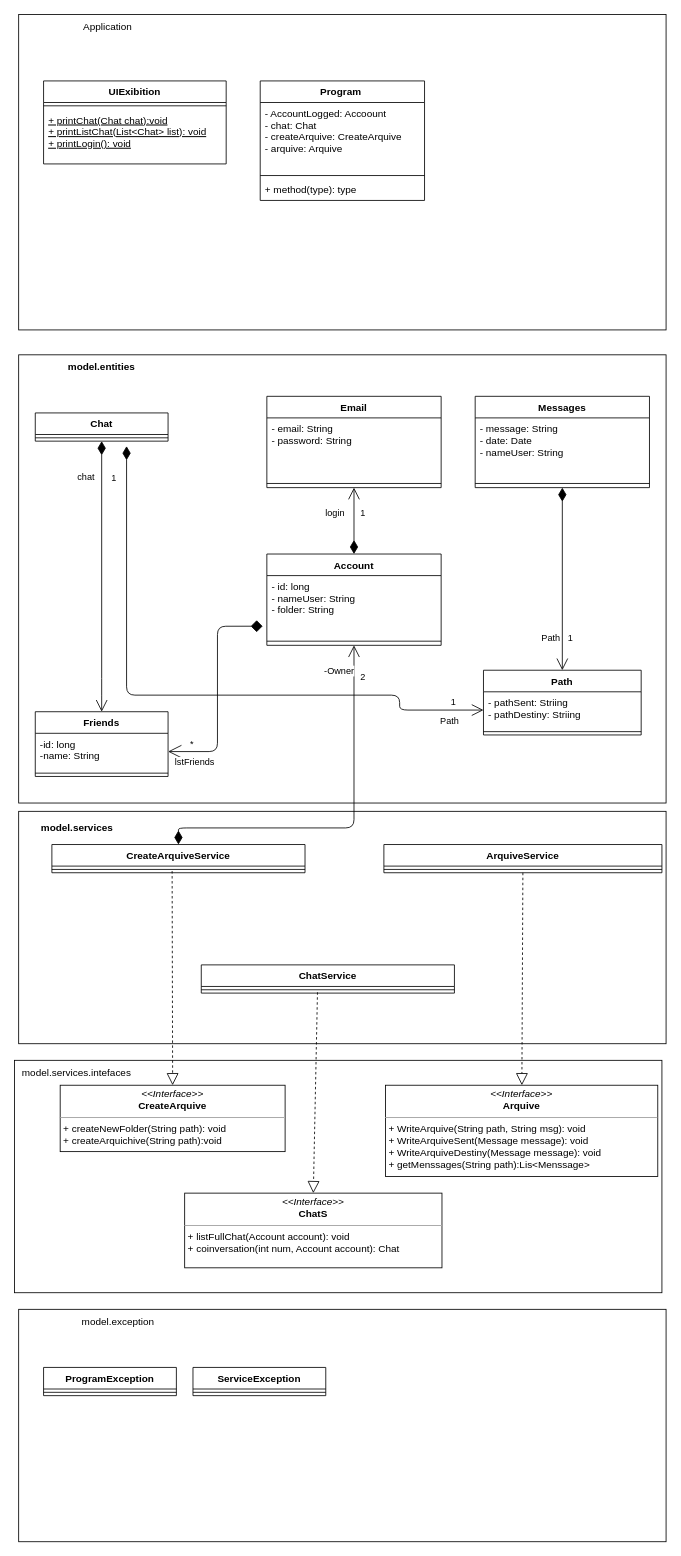
Earlier version of the draw.io diagram documentation/ProjectUML.drawio (CarlosEduardoFS/ChatArquive). Source tidied: cells renumbered, new cells numbered last; positions are measured from the earlier drawing's top-left corner, leaving out a move shared by most shapes. Both pictures are drawn from the tidied source at 83%, with x=0, y=0 at pixel (14, 14).
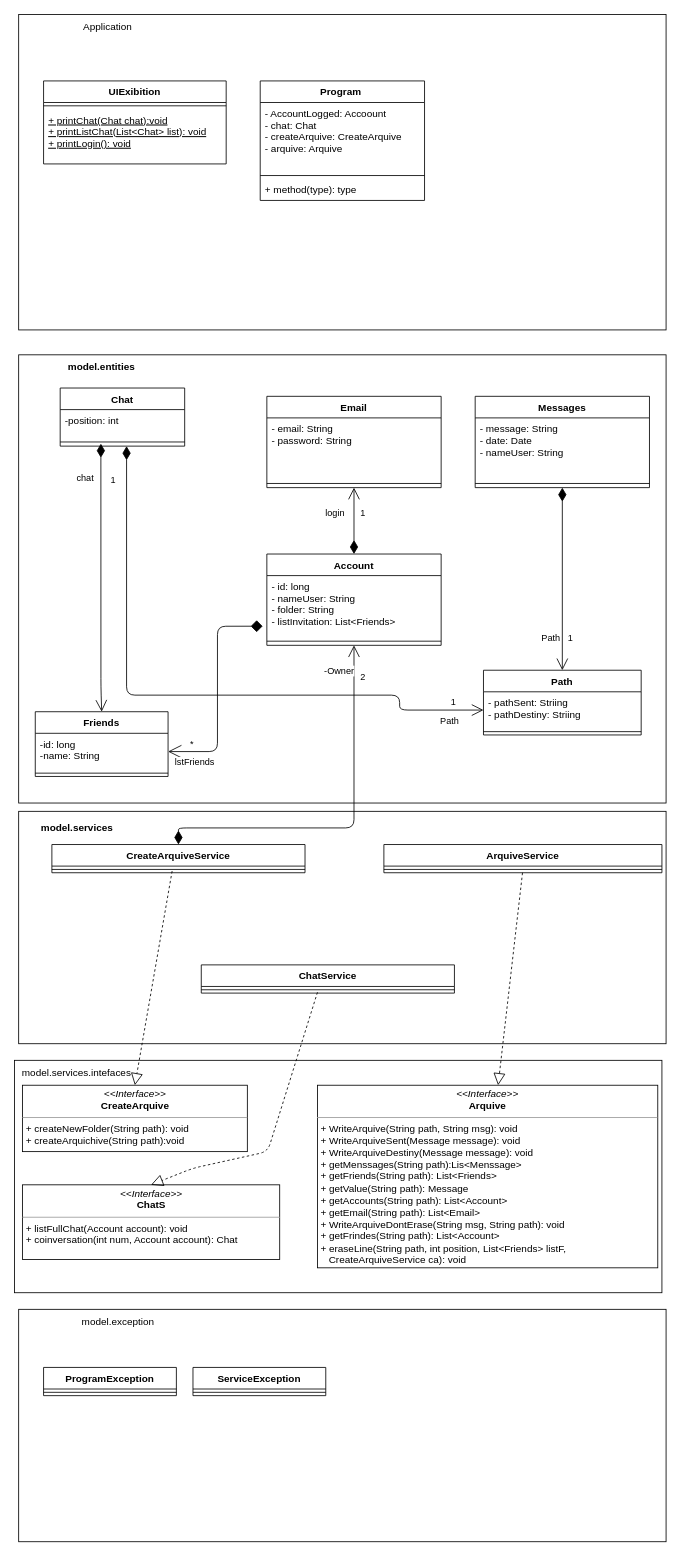
After the change.

The change refers to these unchanged cells:
```xml
<mxCell id="4" value="Account" style="swimlane;fontStyle=1;align=center;verticalAlign=top;horizontal=1;startSize=26;" parent="1" vertex="1">
  <mxGeometry x="304" y="650" width="210" height="110" as="geometry" />
</mxCell>
<mxCell id="25" style="line;strokeWidth=1;fillColor=none;align=left;verticalAlign=middle;spacingTop=-1;spacingLeft=3;spacingRight=3;labelPosition=right;points=[];portConstraint=eastwest;" parent="24" vertex="1">
  <mxGeometry y="26" width="305" height="8" as="geometry" />
</mxCell>
<mxCell id="53" value="Friends" style="swimlane;fontStyle=1;align=center;verticalAlign=top;horizontal=1;startSize=26;" parent="1" vertex="1">
  <mxGeometry x="25" y="840" width="160" height="78" as="geometry" />
</mxCell>
```

Diff of the diagram source:
```diff
@@
-    <mxCell id="5" value="- id: long&#10;- nameUser: String&#10;- folder: String" style="text;strokeColor=none;fillColor=none;align=left;verticalAlign=top;spacingLeft=4;spacingRight=4;overflow=hidden;points=[[0,0.5],[1,0.5]];portConstraint=eastwest;" parent="4" vertex="1">
+    <mxCell id="5" value="- id: long&#10;- nameUser: String&#10;- folder: String&#10;- listInvitation: List&lt;Friends&gt;" style="text;strokeColor=none;fillColor=none;align=left;verticalAlign=top;spacingLeft=4;spacingRight=4;overflow=hidden;points=[[0,0.5],[1,0.5]];portConstraint=eastwest;" parent="4" vertex="1">
       <mxGeometry y="26" width="210" height="74" as="geometry" />
     </mxCell>
@@
     <mxCell id="28" value="&lt;p style=&quot;margin: 0px ; margin-top: 4px ; text-align: center&quot;&gt;&lt;i&gt;&amp;lt;&amp;lt;Interface&amp;gt;&amp;gt;&lt;/i&gt;&lt;br&gt;&lt;b&gt;CreateArquive&lt;/b&gt;&lt;/p&gt;&lt;hr size=&quot;1&quot;&gt;&lt;p style=&quot;margin: 0px ; margin-left: 4px&quot;&gt;&lt;/p&gt;&lt;p style=&quot;margin: 0px ; margin-left: 4px&quot;&gt;+ createNewFolder(String path): void&lt;br style=&quot;padding: 0px ; margin: 0px&quot;&gt;+ createArquichive(String path):void&lt;br&gt;&lt;/p&gt;" style="verticalAlign=top;align=left;overflow=fill;fontSize=12;fontFamily=Helvetica;html=1;" parent="1" vertex="1">
-      <mxGeometry x="55" y="1290" width="271" height="80" as="geometry" />
+      <mxGeometry x="9.5" y="1290" width="271" height="80" as="geometry" />
     </mxCell>
@@
-    <mxCell id="30" value="&lt;p style=&quot;margin: 0px ; margin-top: 4px ; text-align: center&quot;&gt;&lt;i&gt;&amp;lt;&amp;lt;Interface&amp;gt;&amp;gt;&lt;/i&gt;&lt;br&gt;&lt;b&gt;Arquive&lt;/b&gt;&lt;/p&gt;&lt;hr size=&quot;1&quot;&gt;&lt;p style=&quot;margin: 0px ; margin-left: 4px&quot;&gt;&lt;/p&gt;&lt;p style=&quot;margin: 0px ; margin-left: 4px&quot;&gt;&lt;span&gt;+ WriteArquive(String path, String msg): void&lt;/span&gt;&lt;br&gt;&lt;/p&gt;&lt;p style=&quot;margin: 0px ; margin-left: 4px&quot;&gt;+ WriteArquiveSent(Message message): void&lt;/p&gt;&lt;p style=&quot;margin: 0px ; margin-left: 4px&quot;&gt;+ WriteArquiveDestiny(Message message): void&lt;br style=&quot;padding: 0px ; margin: 0px&quot;&gt;+ getMenssages(String path):Lis&amp;lt;Menssage&amp;gt;&lt;/p&gt;&lt;div style=&quot;padding: 0px ; margin: 0px&quot;&gt;&lt;br style=&quot;padding: 0px ; margin: 0px&quot;&gt;&lt;/div&gt;" style="verticalAlign=top;align=left;overflow=fill;fontSize=12;fontFamily=Helvetica;html=1;" parent="1" vertex="1">
-      <mxGeometry x="447" y="1290" width="328" height="110" as="geometry" />
+    <mxCell id="30" value="&lt;p style=&quot;margin: 0px ; margin-top: 4px ; text-align: center&quot;&gt;&lt;i&gt;&amp;lt;&amp;lt;Interface&amp;gt;&amp;gt;&lt;/i&gt;&lt;br&gt;&lt;b&gt;Arquive&lt;/b&gt;&lt;/p&gt;&lt;hr size=&quot;1&quot;&gt;&lt;p style=&quot;margin: 0px ; margin-left: 4px&quot;&gt;&lt;/p&gt;&lt;p style=&quot;margin: 0px ; margin-left: 4px&quot;&gt;&lt;span&gt;+ WriteArquive(String path, String msg): void&lt;/span&gt;&lt;br&gt;&lt;/p&gt;&lt;p style=&quot;margin: 0px ; margin-left: 4px&quot;&gt;+ WriteArquiveSent(Message message): void&lt;/p&gt;&lt;p style=&quot;margin: 0px ; margin-left: 4px&quot;&gt;+ WriteArquiveDestiny(Message message): void&lt;br style=&quot;padding: 0px ; margin: 0px&quot;&gt;+ getMenssages(String path):Lis&amp;lt;Menssage&amp;gt;&lt;/p&gt;&lt;p style=&quot;margin: 0px ; margin-left: 4px&quot;&gt;+ getFriends(String path): List&amp;lt;Friends&amp;gt;&lt;/p&gt;&lt;p style=&quot;margin: 0px ; margin-left: 4px&quot;&gt;+ getValue(String path): Message&lt;/p&gt;&lt;p style=&quot;margin: 0px ; margin-left: 4px&quot;&gt;+ getAccounts(String path): List&amp;lt;Account&amp;gt;&lt;/p&gt;&lt;p style=&quot;margin: 0px ; margin-left: 4px&quot;&gt;+ getEmail(String path): List&amp;lt;Email&amp;gt;&lt;/p&gt;&lt;p style=&quot;margin: 0px ; margin-left: 4px&quot;&gt;+ WriteArquiveDontErase(String msg, String path): void&amp;nbsp;&lt;/p&gt;&lt;p style=&quot;margin: 0px ; margin-left: 4px&quot;&gt;+ getFrindes(String path): List&amp;lt;Account&amp;gt;&lt;/p&gt;&lt;p style=&quot;margin: 0px ; margin-left: 4px&quot;&gt;+ eraseLine(String path, int position, List&amp;lt;Friends&amp;gt; listF,&amp;nbsp;&lt;/p&gt;&lt;p style=&quot;margin: 0px ; margin-left: 4px&quot;&gt;&amp;nbsp; &amp;nbsp;CreateArquiveService ca): void&amp;nbsp;&lt;/p&gt;&lt;div style=&quot;padding: 0px ; margin: 0px&quot;&gt;&lt;br style=&quot;padding: 0px ; margin: 0px&quot;&gt;&lt;/div&gt;" style="verticalAlign=top;align=left;overflow=fill;fontSize=12;fontFamily=Helvetica;html=1;" parent="1" vertex="1">
+      <mxGeometry x="365" y="1290" width="410" height="220" as="geometry" />
     </mxCell>
@@
     <mxCell id="32" value="&lt;p style=&quot;margin: 0px ; margin-top: 4px ; text-align: center&quot;&gt;&lt;i&gt;&amp;lt;&amp;lt;Interface&amp;gt;&amp;gt;&lt;/i&gt;&lt;br&gt;&lt;b&gt;ChatS&lt;/b&gt;&lt;/p&gt;&lt;hr size=&quot;1&quot;&gt;&lt;p style=&quot;margin: 0px ; margin-left: 4px&quot;&gt;&lt;/p&gt;&lt;p style=&quot;margin: 0px ; margin-left: 4px&quot;&gt;+ listFullChat(Account account): void&lt;br style=&quot;padding: 0px ; margin: 0px&quot;&gt;+ coinversation(int num, Account account): Chat&lt;br&gt;&lt;/p&gt;" style="verticalAlign=top;align=left;overflow=fill;fontSize=12;fontFamily=Helvetica;html=1;" parent="1" vertex="1">
-      <mxGeometry x="205" y="1420" width="310" height="90" as="geometry" />
+      <mxGeometry x="9.5" y="1410" width="310" height="90" as="geometry" />
     </mxCell>
     <mxCell id="33" style="endArrow=block;dashed=1;endFill=0;endSize=12;html=1;entryX=0.5;entryY=0;entryDx=0;entryDy=0;exitX=0.459;exitY=0.875;exitDx=0;exitDy=0;exitPerimeter=0;" parent="1" edge="1" source="25" target="32">
-      <mxGeometry relative="1" as="geometry" />
+      <mxGeometry relative="1" as="geometry">
+        <Array as="points">
+          <mxPoint x="305" y="1370" />
+          <mxPoint x="215" y="1390" />
+        </Array>
+      </mxGeometry>
     </mxCell>
-    <mxCell id="34" value="Chat" style="swimlane;fontStyle=1;align=center;verticalAlign=top;horizontal=1;startSize=26;" parent="1" vertex="1">
-      <mxGeometry x="25" y="480" width="160" height="34" as="geometry" />
-    </mxCell>
-    <mxCell id="35" style="line;strokeWidth=1;fillColor=none;align=left;verticalAlign=middle;spacingTop=-1;spacingLeft=3;spacingRight=3;labelPosition=right;" parent="34" vertex="1">
-      <mxGeometry y="26" width="160" height="8" as="geometry" />
-    </mxCell>
-    <mxCell id="36" value="1" style="endArrow=open;html=1;endSize=12;startArrow=diamondThin;startSize=14;startFill=1;edgeStyle=orthogonalEdgeStyle;align=left;verticalAlign=bottom;exitX=0.5;exitY=1;exitDx=0;exitDy=0;entryX=0.5;entryY=0;entryDx=0;entryDy=0;" parent="1" edge="1" source="34" target="53">
+    <mxCell id="36" value="1" style="endArrow=open;html=1;endSize=12;startArrow=diamondThin;startSize=14;startFill=1;edgeStyle=orthogonalEdgeStyle;align=left;verticalAlign=bottom;exitX=0.327;exitY=0.7;exitDx=0;exitDy=0;entryX=0.5;entryY=0;entryDx=0;entryDy=0;exitPerimeter=0;" parent="1" edge="1" source="66" target="53">
       <mxGeometry x="-0.67" y="10" relative="1" as="geometry">
         <Array as="points">
-          <mxPoint x="105" y="810" />
-          <mxPoint x="105" y="810" />
+          <mxPoint x="104" y="810" />
         </Array>
       </mxGeometry>
     </mxCell>
@@
+    <mxCell id="34" value="Chat" style="swimlane;fontStyle=1;align=center;verticalAlign=top;horizontal=1;startSize=26;" parent="1" vertex="1">
+      <mxGeometry x="55" y="450" width="150" height="70" as="geometry" />
+    </mxCell>
+    <mxCell id="65" value="-position: int" style="text;strokeColor=none;fillColor=none;align=left;verticalAlign=top;spacingLeft=4;spacingRight=4;overflow=hidden;" parent="34" vertex="1">
+      <mxGeometry y="26" width="150" height="34" as="geometry" />
+    </mxCell>
+    <mxCell id="66" style="line;strokeWidth=1;fillColor=none;align=left;verticalAlign=middle;spacingTop=-1;spacingLeft=3;spacingRight=3;labelPosition=right;points=[];portConstraint=eastwest;" parent="34" vertex="1">
+      <mxGeometry y="60" width="150" height="10" as="geometry" />
+    </mxCell>
```
